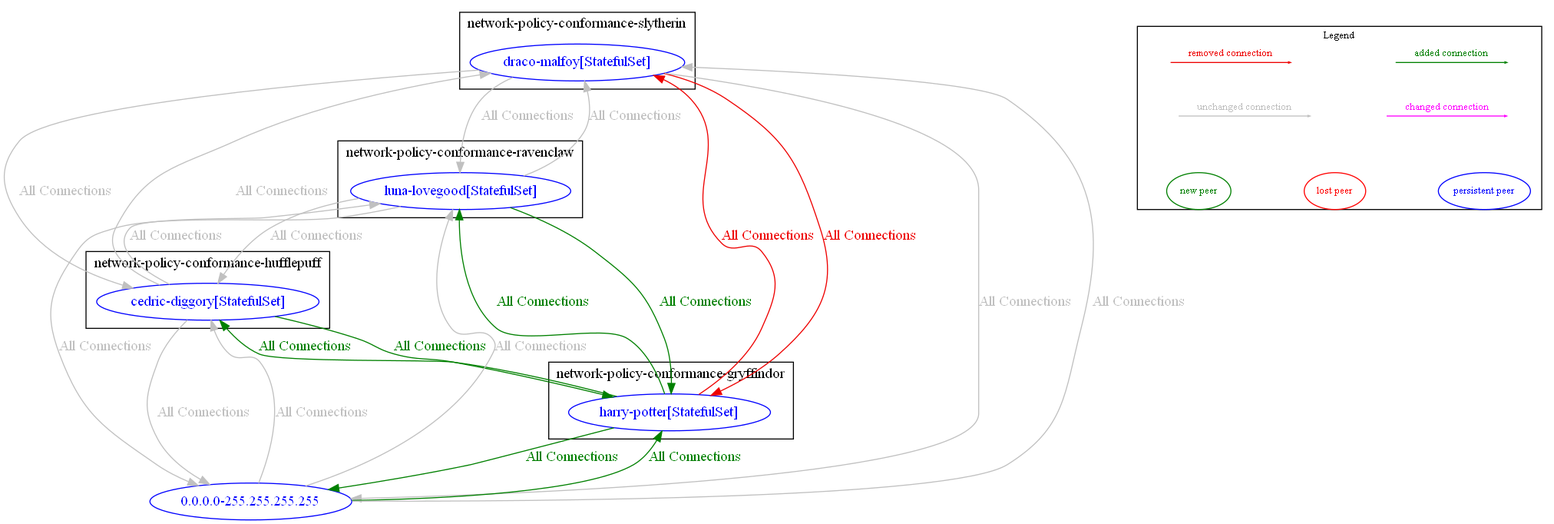
np-guard/netpol-analyzer keeps this Graphviz diagram as test_outputs/diff/diff_between_anp_banp_core_test_and_anp_np_banp_core_test.dot.png. Above is the earlier version. Its source is kept beside it as test_outputs/diff/diff_between_anp_banp_core_test_and_anp_np_banp_core_test.dot.
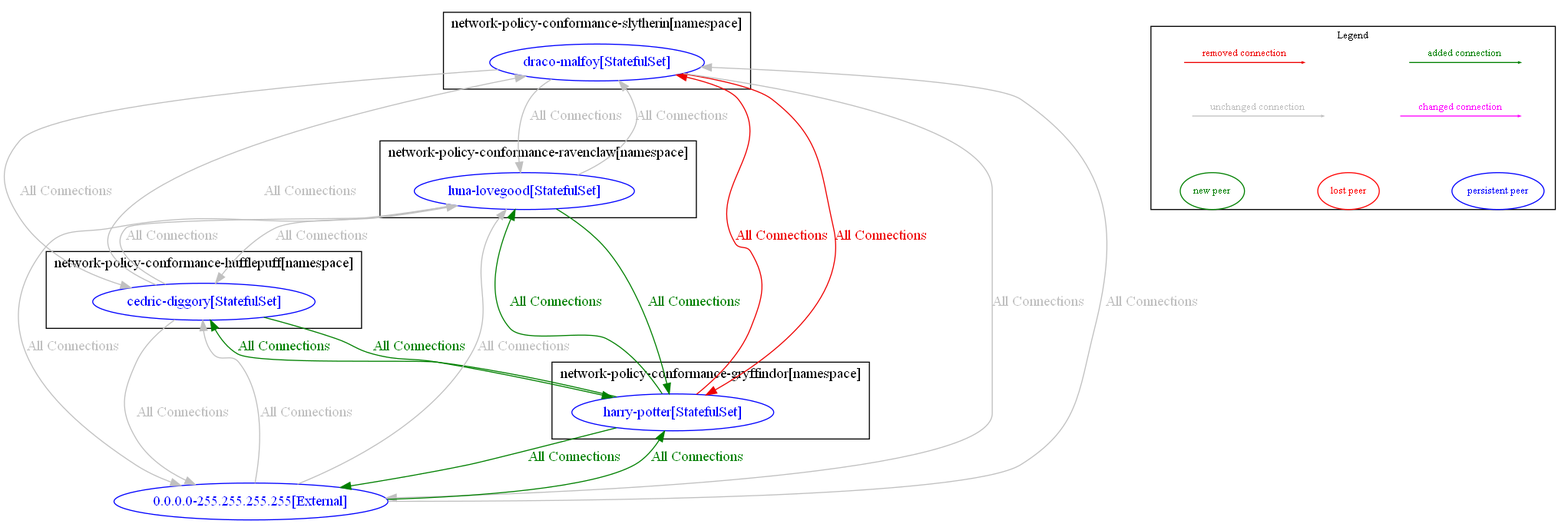
After the change.

The edit, as a diff of the source:
```diff
@@ -1,46 +1,46 @@
 digraph {
-	subgraph "cluster_network_policy_conformance_gryffindor" {
+	subgraph "cluster_network_policy_conformance_gryffindor[namespace]" {
 		color="black"
 		fontcolor="black"
 		"network-policy-conformance-gryffindor/harry-potter[StatefulSet]" [label="harry-potter[StatefulSet]" color="blue" fontcolor="blue"]
-		label="network-policy-conformance-gryffindor"
+		label="network-policy-conformance-gryffindor[namespace]"
 	}
-	subgraph "cluster_network_policy_conformance_hufflepuff" {
+	subgraph "cluster_network_policy_conformance_hufflepuff[namespace]" {
 		color="black"
 		fontcolor="black"
 		"network-policy-conformance-hufflepuff/cedric-diggory[StatefulSet]" [label="cedric-diggory[StatefulSet]" color="blue" fontcolor="blue"]
-		label="network-policy-conformance-hufflepuff"
+		label="network-policy-conformance-hufflepuff[namespace]"
 	}
-	subgraph "cluster_network_policy_conformance_ravenclaw" {
+	subgraph "cluster_network_policy_conformance_ravenclaw[namespace]" {
 		color="black"
 		fontcolor="black"
 		"network-policy-conformance-ravenclaw/luna-lovegood[StatefulSet]" [label="luna-lovegood[StatefulSet]" color="blue" fontcolor="blue"]
-		label="network-policy-conformance-ravenclaw"
+		label="network-policy-conformance-ravenclaw[namespace]"
 	}
-	subgraph "cluster_network_policy_conformance_slytherin" {
+	subgraph "cluster_network_policy_conformance_slytherin[namespace]" {
 		color="black"
 		fontcolor="black"
 		"network-policy-conformance-slytherin/draco-malfoy[StatefulSet]" [label="draco-malfoy[StatefulSet]" color="blue" fontcolor="blue"]
-		label="network-policy-conformance-slytherin"
+		label="network-policy-conformance-slytherin[namespace]"
 	}
-	"0.0.0.0-255.255.255.255" [label="0.0.0.0-255.255.255.255" color="blue" fontcolor="blue"]
-	"0.0.0.0-255.255.255.255" -> "network-policy-conformance-gryffindor/harry-potter[StatefulSet]" [label="All Connections" color="#008000" fontcolor="#008000" weight=0.5]
-	"0.0.0.0-255.255.255.255" -> "network-policy-conformance-hufflepuff/cedric-diggory[StatefulSet]" [label="All Connections" color="grey" fontcolor="grey" weight=0.5]
-	"0.0.0.0-255.255.255.255" -> "network-policy-conformance-ravenclaw/luna-lovegood[StatefulSet]" [label="All Connections" color="grey" fontcolor="grey" weight=0.5]
-	"0.0.0.0-255.255.255.255" -> "network-policy-conformance-slytherin/draco-malfoy[StatefulSet]" [label="All Connections" color="grey" fontcolor="grey" weight=0.5]
-	"network-policy-conformance-gryffindor/harry-potter[StatefulSet]" -> "0.0.0.0-255.255.255.255" [label="All Connections" color="#008000" fontcolor="#008000" weight=1]
+	"0.0.0.0-255.255.255.255[External]" [label="0.0.0.0-255.255.255.255[External]" color="blue" fontcolor="blue"]
+	"0.0.0.0-255.255.255.255[External]" -> "network-policy-conformance-gryffindor/harry-potter[StatefulSet]" [label="All Connections" color="#008000" fontcolor="#008000" weight=0.5]
+	"0.0.0.0-255.255.255.255[External]" -> "network-policy-conformance-hufflepuff/cedric-diggory[StatefulSet]" [label="All Connections" color="grey" fontcolor="grey" weight=0.5]
+	"0.0.0.0-255.255.255.255[External]" -> "network-policy-conformance-ravenclaw/luna-lovegood[StatefulSet]" [label="All Connections" color="grey" fontcolor="grey" weight=0.5]
+	"0.0.0.0-255.255.255.255[External]" -> "network-policy-conformance-slytherin/draco-malfoy[StatefulSet]" [label="All Connections" color="grey" fontcolor="grey" weight=0.5]
+	"network-policy-conformance-gryffindor/harry-potter[StatefulSet]" -> "0.0.0.0-255.255.255.255[External]" [label="All Connections" color="#008000" fontcolor="#008000" weight=1]
 	"network-policy-conformance-gryffindor/harry-potter[StatefulSet]" -> "network-policy-conformance-hufflepuff/cedric-diggory[StatefulSet]" [label="All Connections" color="#008000" fontcolor="#008000" weight=0.5]
 	"network-policy-conformance-gryffindor/harry-potter[StatefulSet]" -> "network-policy-conformance-ravenclaw/luna-lovegood[StatefulSet]" [label="All Connections" color="#008000" fontcolor="#008000" weight=0.5]
 	"network-policy-conformance-gryffindor/harry-potter[StatefulSet]" -> "network-policy-conformance-slytherin/draco-malfoy[StatefulSet]" [label="All Connections" color="red2" fontcolor="red2" weight=0.5]
-	"network-policy-conformance-hufflepuff/cedric-diggory[StatefulSet]" -> "0.0.0.0-255.255.255.255" [label="All Connections" color="grey" fontcolor="grey" weight=1]
+	"network-policy-conformance-hufflepuff/cedric-diggory[StatefulSet]" -> "0.0.0.0-255.255.255.255[External]" [label="All Connections" color="grey" fontcolor="grey" weight=1]
 	"network-policy-conformance-hufflepuff/cedric-diggory[StatefulSet]" -> "network-policy-conformance-gryffindor/harry-potter[StatefulSet]" [label="All Connections" color="#008000" fontcolor="#008000" weight=1]
 	"network-policy-conformance-hufflepuff/cedric-diggory[StatefulSet]" -> "network-policy-conformance-ravenclaw/luna-lovegood[StatefulSet]" [label="All Connections" color="grey" fontcolor="grey" weight=0.5]
 	"network-policy-conformance-hufflepuff/cedric-diggory[StatefulSet]" -> "network-policy-conformance-slytherin/draco-malfoy[StatefulSet]" [label="All Connections" color="grey" fontcolor="grey" weight=0.5]
-	"network-policy-conformance-ravenclaw/luna-lovegood[StatefulSet]" -> "0.0.0.0-255.255.255.255" [label="All Connections" color="grey" fontcolor="grey" weight=1]
+	"network-policy-conformance-ravenclaw/luna-lovegood[StatefulSet]" -> "0.0.0.0-255.255.255.255[External]" [label="All Connections" color="grey" fontcolor="grey" weight=1]
 	"network-policy-conformance-ravenclaw/luna-lovegood[StatefulSet]" -> "network-policy-conformance-gryffindor/harry-potter[StatefulSet]" [label="All Connections" color="#008000" fontcolor="#008000" weight=1]
 	"network-policy-conformance-ravenclaw/luna-lovegood[StatefulSet]" -> "network-policy-conformance-hufflepuff/cedric-diggory[StatefulSet]" [label="All Connections" color="grey" fontcolor="grey" weight=1]
 	"network-policy-conformance-ravenclaw/luna-lovegood[StatefulSet]" -> "network-policy-conformance-slytherin/draco-malfoy[StatefulSet]" [label="All Connections" color="grey" fontcolor="grey" weight=0.5]
-	"network-policy-conformance-slytherin/draco-malfoy[StatefulSet]" -> "0.0.0.0-255.255.255.255" [label="All Connections" color="grey" fontcolor="grey" weight=1]
+	"network-policy-conformance-slytherin/draco-malfoy[StatefulSet]" -> "0.0.0.0-255.255.255.255[External]" [label="All Connections" color="grey" fontcolor="grey" weight=1]
 	"network-policy-conformance-slytherin/draco-malfoy[StatefulSet]" -> "network-policy-conformance-gryffindor/harry-potter[StatefulSet]" [label="All Connections" color="red2" fontcolor="red2" weight=1]
 	"network-policy-conformance-slytherin/draco-malfoy[StatefulSet]" -> "network-policy-conformance-hufflepuff/cedric-diggory[StatefulSet]" [label="All Connections" color="grey" fontcolor="grey" weight=1]
 	"network-policy-conformance-slytherin/draco-malfoy[StatefulSet]" -> "network-policy-conformance-ravenclaw/luna-lovegood[StatefulSet]" [label="All Connections" color="grey" fontcolor="grey" weight=1]
```
